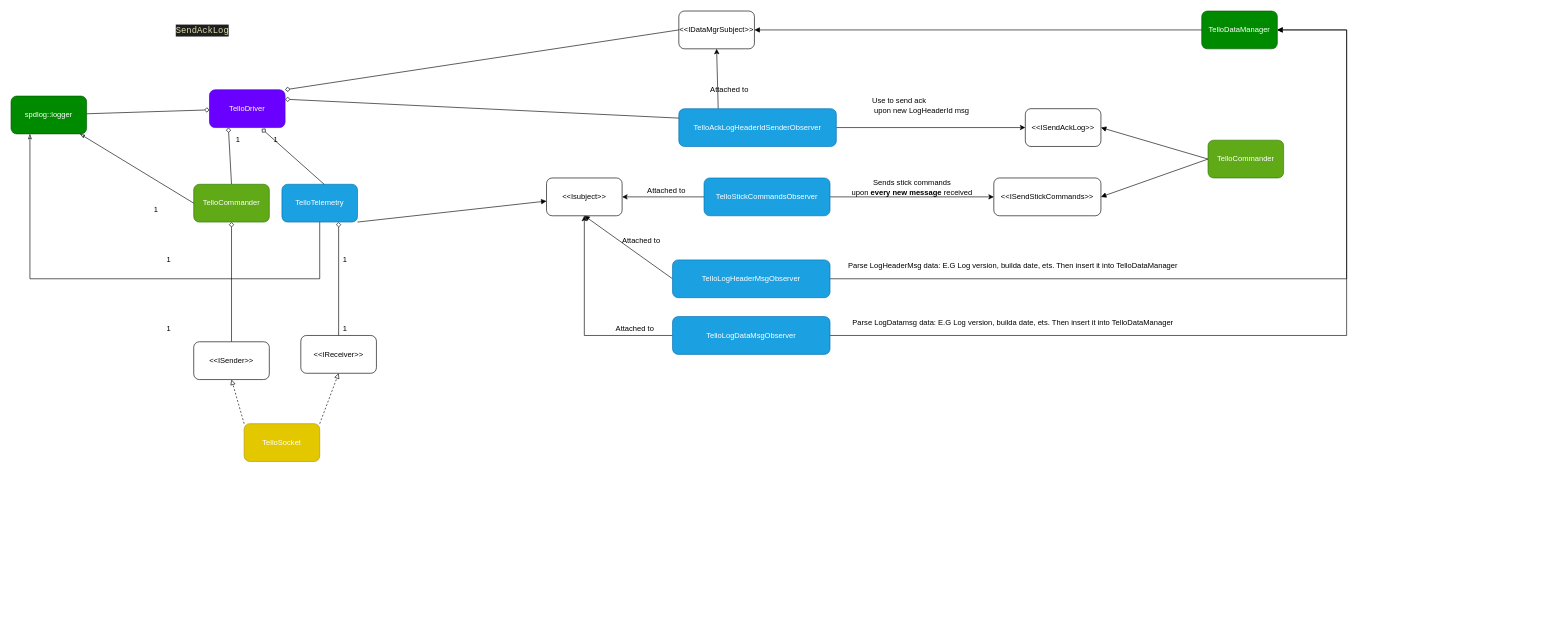
This is page "ClassRelation" (1 of 8) of docs/TelloDriver.drawio from GalBrandwine/tello_driver, a draw.io file, before an edit. Source tidied: cells renumbered, new cells numbered last; positions are measured from the earlier drawing's top-left corner, leaving out a move shared by most shapes. Both pictures are drawn from the tidied source at 63%, with x=0, y=0 at pixel (11, 11).
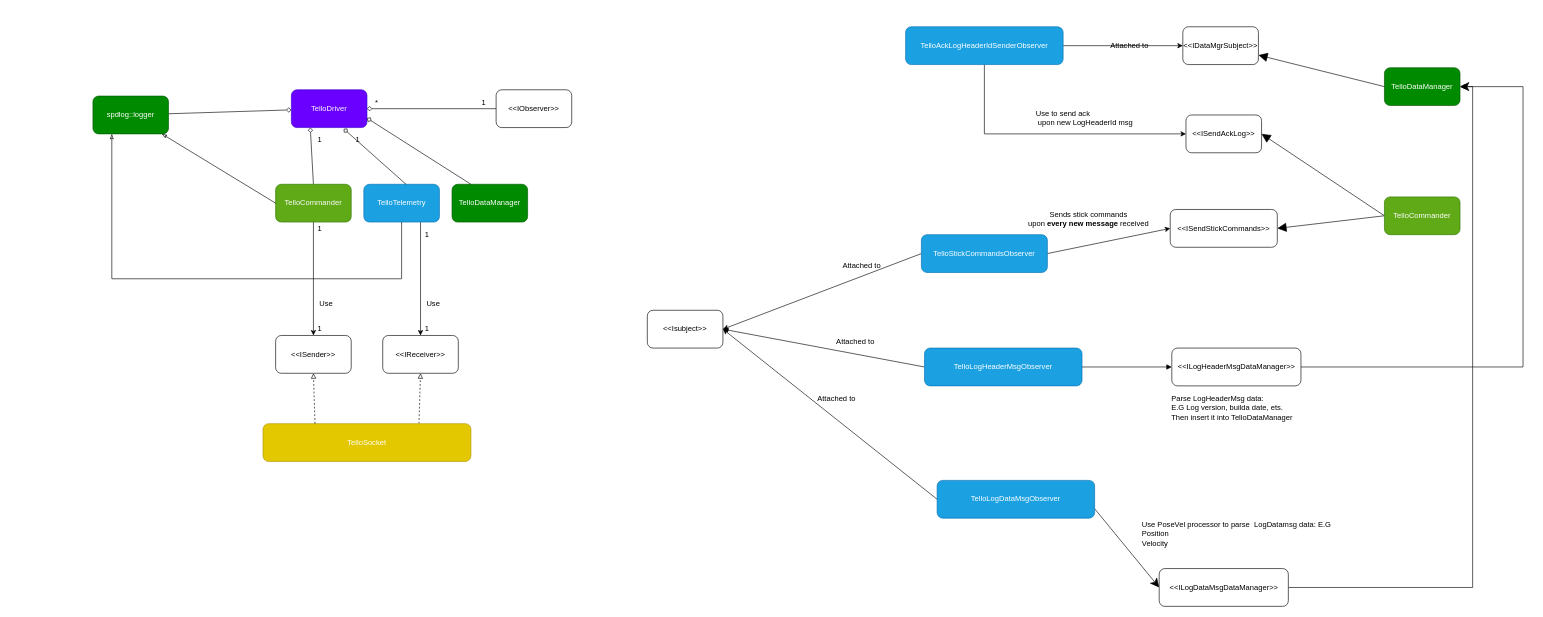
After the change.

The edit, as a diff of the source:
```diff
@@
     <mxCell id="4" value="TelloDriver" style="rounded=1;whiteSpace=wrap;html=1;fillColor=#6a00ff;strokeColor=#3700CC;fontColor=#ffffff;" parent="1" vertex="1">
-      <mxGeometry x="315" y="125" width="120" height="60" as="geometry" />
+      <mxGeometry x="445" y="125" width="120" height="60" as="geometry" />
     </mxCell>
-    <mxCell id="5" style="edgeStyle=none;rounded=0;jettySize=auto;html=1;endArrow=diamond;endFill=0;exitX=0.5;exitY=0;exitDx=0;exitDy=0;" parent="1" edge="1" source="17" target="6">
+    <mxCell id="5" style="edgeStyle=none;rounded=0;jettySize=auto;html=1;endArrow=classic;endFill=1;entryX=0.5;entryY=0;entryDx=0;entryDy=0;" parent="1" edge="1" source="6" target="17">
       <mxGeometry relative="1" as="geometry" />
     </mxCell>
     <mxCell id="6" value="&lt;div style=&quot;line-height: 19px&quot;&gt;TelloCommander&lt;/div&gt;" style="rounded=1;whiteSpace=wrap;html=1;fillColor=#60a917;strokeColor=#2D7600;fontColor=#ffffff;" parent="1" vertex="1">
-      <mxGeometry x="290" y="275" width="120" height="60" as="geometry" />
+      <mxGeometry x="420" y="275" width="120" height="60" as="geometry" />
     </mxCell>
-    <mxCell id="7" style="edgeStyle=none;rounded=0;jettySize=auto;html=1;endArrow=diamond;endFill=0;entryX=0.75;entryY=1;entryDx=0;entryDy=0;" parent="1" edge="1" source="18" target="9">
+    <mxCell id="7" style="edgeStyle=none;rounded=0;jettySize=auto;html=1;endArrow=classic;endFill=1;exitX=0.75;exitY=1;exitDx=0;exitDy=0;" parent="1" edge="1" source="9" target="18">
       <mxGeometry relative="1" as="geometry" />
     </mxCell>
-    <mxCell id="8" style="edgeStyle=none;rounded=0;jettySize=auto;html=1;exitX=1;exitY=1;exitDx=0;exitDy=0;endArrow=block;endFill=1;" parent="1" edge="1" source="9" target="41">
-      <mxGeometry relative="1" as="geometry" />
-    </mxCell>
     <mxCell id="9" value="&lt;div style=&quot;line-height: 19px&quot;&gt;&lt;div style=&quot;line-height: 19px&quot;&gt;TelloTelemetry&lt;/div&gt;&lt;/div&gt;" style="rounded=1;whiteSpace=wrap;html=1;fillColor=#1ba1e2;strokeColor=#006EAF;fontColor=#ffffff;" parent="1" vertex="1">
-      <mxGeometry x="430" y="275" width="120" height="60" as="geometry" />
+      <mxGeometry x="560" y="275" width="120" height="60" as="geometry" />
     </mxCell>
@@
     <mxCell id="11" value="1" style="text;html=1;align=center;verticalAlign=middle;" parent="1" vertex="1">
-      <mxGeometry x="410" y="195" width="20" height="20" as="geometry" />
+      <mxGeometry x="540" y="195" width="20" height="20" as="geometry" />
     </mxCell>
     <mxCell id="12" value="1" style="text;html=1;align=center;verticalAlign=middle;" parent="1" vertex="1">
-      <mxGeometry x="350" y="195" width="20" height="20" as="geometry" />
+      <mxGeometry x="480" y="195" width="20" height="20" as="geometry" />
     </mxCell>
-    <mxCell id="13" value="1" style="text;html=1;align=center;verticalAlign=middle;" parent="1" vertex="1">
-      <mxGeometry x="220" y="305" width="20" height="20" as="geometry" />
-    </mxCell>
@@
     <mxCell id="15" value="&lt;div style=&quot;line-height: 19px&quot;&gt;spdlog::logger&lt;/div&gt;" style="whiteSpace=wrap;html=1;rounded=1;fontColor=#ffffff;strokeColor=#005700;fillColor=#008a00;" parent="1" vertex="1">
-      <mxGeometry y="135" width="120" height="60" as="geometry" />
+      <mxGeometry x="130" y="135" width="120" height="60" as="geometry" />
     </mxCell>
     <mxCell id="16" style="edgeStyle=none;rounded=0;jettySize=auto;html=1;endArrow=classicThin;endFill=0;exitX=0.5;exitY=1;exitDx=0;exitDy=0;entryX=0.25;entryY=1;entryDx=0;entryDy=0;" parent="1" edge="1" source="9" target="15">
       <mxGeometry relative="1" as="geometry">
         <Array as="points">
-          <mxPoint x="490" y="425" />
-          <mxPoint x="30" y="425" />
+          <mxPoint x="620" y="425" />
+          <mxPoint x="160" y="425" />
         </Array>
       </mxGeometry>
     </mxCell>
     <mxCell id="17" value="&amp;lt;&amp;lt;ISender&amp;gt;&amp;gt;" style="rounded=1;whiteSpace=wrap;html=1;" parent="1" vertex="1">
-      <mxGeometry x="290" y="525" width="120" height="60" as="geometry" />
+      <mxGeometry x="420" y="515" width="120" height="60" as="geometry" />
     </mxCell>
     <mxCell id="18" value="&amp;lt;&amp;lt;IReceiver&amp;gt;&amp;gt;" style="rounded=1;whiteSpace=wrap;html=1;" parent="1" vertex="1">
-      <mxGeometry x="460" y="515" width="120" height="60" as="geometry" />
+      <mxGeometry x="590" y="515" width="120" height="60" as="geometry" />
     </mxCell>
-    <mxCell id="19" value="1" style="text;html=1;align=center;verticalAlign=middle;" parent="1" vertex="1">
-      <mxGeometry x="520" y="385" width="20" height="20" as="geometry" />
-    </mxCell>
     <mxCell id="20" value="1" style="text;html=1;align=center;verticalAlign=middle;" parent="1" vertex="1">
-      <mxGeometry x="520" y="495" width="20" height="20" as="geometry" />
+      <mxGeometry x="650" y="495" width="20" height="20" as="geometry" />
     </mxCell>
-    <mxCell id="21" value="1" style="text;html=1;align=center;verticalAlign=middle;" parent="1" vertex="1">
-      <mxGeometry x="240" y="495" width="20" height="20" as="geometry" />
-    </mxCell>
-    <mxCell id="22" value="1" style="text;html=1;align=center;verticalAlign=middle;" parent="1" vertex="1">
-      <mxGeometry x="240" y="385" width="20" height="20" as="geometry" />
-    </mxCell>
-    <mxCell id="23" style="edgeStyle=none;rounded=0;jettySize=auto;html=1;exitX=1;exitY=0;exitDx=0;exitDy=0;entryX=0.5;entryY=1;entryDx=0;entryDy=0;endArrow=block;endFill=0;dashed=1;" parent="1" edge="1" source="24" target="18">
+    <mxCell id="23" style="edgeStyle=none;rounded=0;jettySize=auto;html=1;exitX=0.75;exitY=0;exitDx=0;exitDy=0;entryX=0.5;entryY=1;entryDx=0;entryDy=0;endArrow=block;endFill=0;dashed=1;" parent="1" edge="1" source="24" target="18">
       <mxGeometry relative="1" as="geometry" />
     </mxCell>
     <mxCell id="24" value="TelloSocket" style="rounded=1;whiteSpace=wrap;html=1;fillColor=#e3c800;strokeColor=#B09500;fontColor=#ffffff;" parent="1" vertex="1">
-      <mxGeometry x="370" y="655" width="120" height="60" as="geometry" />
+      <mxGeometry x="400" y="655" width="330" height="60" as="geometry" />
     </mxCell>
-    <mxCell id="25" style="edgeStyle=none;rounded=0;jettySize=auto;html=1;exitX=0;exitY=0;exitDx=0;exitDy=0;entryX=0.5;entryY=1;entryDx=0;entryDy=0;endArrow=block;endFill=0;dashed=1;" parent="1" edge="1" source="24" target="17">
+    <mxCell id="25" style="edgeStyle=none;rounded=0;jettySize=auto;html=1;exitX=0.25;exitY=0;exitDx=0;exitDy=0;entryX=0.5;entryY=1;entryDx=0;entryDy=0;endArrow=block;endFill=0;dashed=1;" parent="1" edge="1" source="24" target="17">
       <mxGeometry relative="1" as="geometry" />
     </mxCell>
-    <mxCell id="26" value="&amp;lt;&amp;lt;IDataMgrSubject&amp;gt;&amp;gt;" style="rounded=1;whiteSpace=wrap;html=1;" parent="1" vertex="1">
-      <mxGeometry x="1060" width="120" height="60" as="geometry" />
-    </mxCell>
-    <mxCell id="27" style="rounded=0;jettySize=auto;html=1;exitX=0;exitY=0.5;exitDx=0;exitDy=0;entryX=1;entryY=0;entryDx=0;entryDy=0;endArrow=diamond;endFill=0;" parent="1" edge="1" source="26" target="4">
-      <mxGeometry relative="1" as="geometry" />
-    </mxCell>
-    <mxCell id="28" style="rounded=0;jettySize=auto;html=1;exitX=0.25;exitY=0;exitDx=0;exitDy=0;entryX=0.5;entryY=1;entryDx=0;entryDy=0;" parent="1" edge="1" source="30" target="26">
+    <mxCell id="28" style="rounded=0;jettySize=auto;html=1;entryX=0;entryY=0.5;entryDx=0;entryDy=0;exitX=1;exitY=0.5;exitDx=0;exitDy=0;" parent="1" edge="1" source="30" target="26">
       <mxGeometry relative="1" as="geometry" />
     </mxCell>
-    <mxCell id="29" style="edgeStyle=none;rounded=0;jettySize=auto;html=1;exitX=1;exitY=0.5;exitDx=0;exitDy=0;entryX=0;entryY=0.5;entryDx=0;entryDy=0;endArrow=classic;endFill=1;" parent="1" edge="1" source="30" target="42">
-      <mxGeometry relative="1" as="geometry" />
+    <mxCell id="29" style="edgeStyle=none;rounded=0;jettySize=auto;html=1;entryX=0;entryY=0.5;entryDx=0;entryDy=0;endArrow=classic;endFill=1;exitX=0.5;exitY=1;exitDx=0;exitDy=0;" parent="1" edge="1" source="30" target="42">
+      <mxGeometry relative="1" as="geometry">
+        <Array as="points">
+          <mxPoint x="1545" y="195" />
+        </Array>
+      </mxGeometry>
     </mxCell>
     <mxCell id="30" value="&lt;div style=&quot;line-height: 19px&quot;&gt;TelloAckLogHeaderIdSenderObserver&lt;/div&gt;" style="rounded=1;whiteSpace=wrap;html=1;fillColor=#1ba1e2;strokeColor=#006EAF;fontColor=#ffffff;" parent="1" vertex="1">
-      <mxGeometry x="1060" y="155" width="250" height="60" as="geometry" />
+      <mxGeometry x="1420" y="25" width="250" height="60" as="geometry" />
     </mxCell>
-    <mxCell id="31" style="rounded=0;jettySize=auto;html=1;exitX=0;exitY=0.25;exitDx=0;exitDy=0;entryX=1;entryY=0.25;entryDx=0;entryDy=0;endArrow=diamond;endFill=0;" parent="1" edge="1" source="30" target="4">
-      <mxGeometry relative="1" as="geometry" />
-    </mxCell>
     <mxCell id="32" value="Attached to" style="text;html=1;align=center;verticalAlign=middle;" parent="1" vertex="1">
-      <mxGeometry x="1100" y="115" width="80" height="20" as="geometry" />
+      <mxGeometry x="1735" y="45" width="80" height="20" as="geometry" />
     </mxCell>
     <mxCell id="33" value="&amp;lt;&amp;lt;ISendStickCommands&amp;gt;&amp;gt;" style="rounded=1;whiteSpace=wrap;html=1;" parent="1" vertex="1">
-      <mxGeometry x="1560" y="265" width="170" height="60" as="geometry" />
+      <mxGeometry x="1840" y="315" width="170" height="60" as="geometry" />
     </mxCell>
     <mxCell id="34" value="Use to send ack&lt;br&gt;&amp;nbsp;upon new LogHeaderId msg" style="text;html=1;align=left;verticalAlign=middle;" parent="1" vertex="1">
-      <mxGeometry x="1365" y="135" width="170" height="30" as="geometry" />
+      <mxGeometry x="1625" y="155" width="170" height="30" as="geometry" />
     </mxCell>
@@
     <mxCell id="37" value="&lt;div style=&quot;line-height: 19px&quot;&gt;TelloStickCommandsObserver&lt;br&gt;&lt;/div&gt;" style="rounded=1;whiteSpace=wrap;html=1;fillColor=#1ba1e2;strokeColor=#006EAF;fontColor=#ffffff;" parent="1" vertex="1">
-      <mxGeometry x="1100" y="265" width="200" height="60" as="geometry" />
+      <mxGeometry x="1445" y="355" width="200" height="60" as="geometry" />
     </mxCell>
     <mxCell id="38" value="Attached to" style="text;html=1;align=center;verticalAlign=middle;" parent="1" vertex="1">
-      <mxGeometry x="1000" y="275" width="80" height="20" as="geometry" />
+      <mxGeometry x="1310" y="395" width="80" height="20" as="geometry" />
     </mxCell>
     <mxCell id="39" value="Sends stick commands&lt;br&gt;upon &lt;b&gt;every new message&lt;/b&gt; received" style="text;html=1;align=center;verticalAlign=middle;" parent="1" vertex="1">
-      <mxGeometry x="1325" y="265" width="210" height="30" as="geometry" />
+      <mxGeometry x="1605" y="315" width="210" height="30" as="geometry" />
     </mxCell>
-    <mxCell id="40" style="edgeStyle=orthogonalEdgeStyle;rounded=0;jettySize=auto;html=1;exitX=0;exitY=0.5;exitDx=0;exitDy=0;entryX=0.5;entryY=1;entryDx=0;entryDy=0;" parent="1" edge="1" source="55" target="41">
+    <mxCell id="40" style="rounded=0;jettySize=auto;html=1;exitX=0;exitY=0.5;exitDx=0;exitDy=0;entryX=1;entryY=0.5;entryDx=0;entryDy=0;" parent="1" edge="1" source="55" target="41">
       <mxGeometry relative="1" as="geometry" />
     </mxCell>
     <mxCell id="41" value="&amp;lt;&amp;lt;Isubject&amp;gt;&amp;gt;" style="rounded=1;whiteSpace=wrap;html=1;" parent="1" vertex="1">
-      <mxGeometry x="850" y="265" width="120" height="60" as="geometry" />
+      <mxGeometry x="1010" y="475" width="120" height="60" as="geometry" />
     </mxCell>
     <mxCell id="42" value="&amp;lt;&amp;lt;ISendAckLog&amp;gt;&amp;gt;" style="rounded=1;whiteSpace=wrap;html=1;" parent="1" vertex="1">
-      <mxGeometry x="1610" y="155" width="120" height="60" as="geometry" />
+      <mxGeometry x="1865" y="165" width="120" height="60" as="geometry" />
     </mxCell>
-    <mxCell id="43" value="&lt;div style=&quot;color: rgb(212, 212, 212); background-color: rgb(30, 30, 30); font-family: &amp;quot;droid sans mono&amp;quot;, monospace, monospace, &amp;quot;droid sans fallback&amp;quot;; font-weight: normal; font-size: 14px; line-height: 19px;&quot;&gt;&lt;div&gt;&lt;span style=&quot;color: #dcdcaa&quot;&gt;SendAckLog&lt;/span&gt;&lt;/div&gt;&lt;/div&gt;" style="text;whiteSpace=wrap;html=1;" parent="1" vertex="1">
-      <mxGeometry x="260" y="15" width="180" height="30" as="geometry" />
-    </mxCell>
-    <mxCell id="44" style="edgeStyle=none;rounded=0;jettySize=auto;html=1;exitX=0;exitY=0.5;exitDx=0;exitDy=0;entryX=1;entryY=0.5;entryDx=0;entryDy=0;endArrow=block;endFill=1;" parent="1" edge="1" source="46" target="42">
+    <mxCell id="44" style="edgeStyle=none;rounded=0;jettySize=auto;html=1;exitX=0;exitY=0.5;exitDx=0;exitDy=0;entryX=1;entryY=0.5;entryDx=0;entryDy=0;endArrow=block;endFill=1;endSize=12;" parent="1" edge="1" source="46" target="42">
       <mxGeometry relative="1" as="geometry" />
     </mxCell>
-    <mxCell id="45" style="edgeStyle=none;rounded=0;jettySize=auto;html=1;exitX=0;exitY=0.5;exitDx=0;exitDy=0;entryX=1;entryY=0.5;entryDx=0;entryDy=0;endArrow=block;endFill=1;" parent="1" edge="1" source="46" target="33">
+    <mxCell id="45" style="edgeStyle=none;rounded=0;jettySize=auto;html=1;exitX=0;exitY=0.5;exitDx=0;exitDy=0;entryX=1;entryY=0.5;entryDx=0;entryDy=0;endArrow=block;endFill=1;endSize=12;" parent="1" edge="1" source="46" target="33">
       <mxGeometry relative="1" as="geometry" />
     </mxCell>
     <mxCell id="46" value="&lt;div style=&quot;line-height: 19px&quot;&gt;TelloCommander&lt;/div&gt;" style="rounded=1;whiteSpace=wrap;html=1;fillColor=#60a917;strokeColor=#2D7600;fontColor=#ffffff;" parent="1" vertex="1">
-      <mxGeometry x="1900" y="205" width="120" height="60" as="geometry" />
+      <mxGeometry x="2180" y="295" width="120" height="60" as="geometry" />
     </mxCell>
-    <mxCell id="47" style="edgeStyle=none;rounded=0;jettySize=auto;html=1;exitX=1;exitY=0.5;exitDx=0;exitDy=0;endArrow=block;endFill=1;" parent="1" edge="1" source="48">
-      <mxGeometry relative="1" as="geometry">
-        <mxPoint x="1180" y="30" as="targetPoint" />
-      </mxGeometry>
-    </mxCell>
     <mxCell id="48" value="TelloDataManager" style="rounded=1;whiteSpace=wrap;html=1;fillColor=#008a00;strokeColor=#005700;fontColor=#ffffff;" parent="1" vertex="1">
-      <mxGeometry x="1890" width="120" height="60" as="geometry" />
+      <mxGeometry x="2180" y="90" width="120" height="60" as="geometry" />
     </mxCell>
-    <mxCell id="49" style="edgeStyle=none;rounded=0;jettySize=auto;html=1;exitX=0;exitY=0.5;exitDx=0;exitDy=0;entryX=0.5;entryY=1;entryDx=0;entryDy=0;endArrow=block;endFill=1;" parent="1" edge="1" source="51" target="41">
+    <mxCell id="49" style="edgeStyle=none;rounded=0;jettySize=auto;html=1;exitX=0;exitY=0.5;exitDx=0;exitDy=0;entryX=1;entryY=0.5;entryDx=0;entryDy=0;endArrow=block;endFill=1;" parent="1" edge="1" source="51" target="41">
       <mxGeometry relative="1" as="geometry" />
     </mxCell>
-    <mxCell id="50" style="edgeStyle=none;rounded=0;jettySize=auto;html=1;exitX=1;exitY=0.5;exitDx=0;exitDy=0;entryX=1;entryY=0.5;entryDx=0;entryDy=0;endArrow=block;endFill=1;" parent="1" edge="1" source="51" target="48">
-      <mxGeometry relative="1" as="geometry">
-        <Array as="points">
-          <mxPoint x="2120" y="425" />
-          <mxPoint x="2120" y="30" />
-        </Array>
-      </mxGeometry>
+    <mxCell id="50" style="edgeStyle=none;rounded=0;jettySize=auto;html=1;exitX=1;exitY=0.5;exitDx=0;exitDy=0;entryX=0;entryY=0.5;entryDx=0;entryDy=0;endArrow=block;endFill=1;" parent="1" edge="1" source="51" target="65">
+      <mxGeometry relative="1" as="geometry" />
     </mxCell>
     <mxCell id="51" value="&lt;div style=&quot;line-height: 19px&quot;&gt;TelloLogHeaderMsgObserver&lt;br&gt;&lt;/div&gt;" style="rounded=1;whiteSpace=wrap;html=1;fillColor=#1ba1e2;strokeColor=#006EAF;fontColor=#ffffff;" parent="1" vertex="1">
-      <mxGeometry x="1050" y="395" width="250" height="60" as="geometry" />
+      <mxGeometry x="1450" y="535" width="250" height="60" as="geometry" />
     </mxCell>
     <mxCell id="52" value="Attached to" style="text;html=1;align=center;verticalAlign=middle;" parent="1" vertex="1">
-      <mxGeometry x="960" y="355" width="80" height="20" as="geometry" />
+      <mxGeometry x="1300" y="515" width="80" height="20" as="geometry" />
     </mxCell>
-    <mxCell id="53" value="Parse LogHeaderMsg data: E.G Log version, builda date, ets. Then insert it into TelloDataManager" style="text;html=1;align=center;verticalAlign=middle;" parent="1" vertex="1">
-      <mxGeometry x="1320" y="395" width="540" height="20" as="geometry" />
+    <mxCell id="53" value="Parse LogHeaderMsg data: &lt;br&gt;E.G Log version, builda date, ets. &lt;br&gt;Then insert it into TelloDataManager" style="text;html=1;align=left;verticalAlign=middle;" parent="1" vertex="1">
+      <mxGeometry x="1840" y="605" width="210" height="50" as="geometry" />
     </mxCell>
-    <mxCell id="54" style="edgeStyle=orthogonalEdgeStyle;rounded=0;jettySize=auto;html=1;exitX=1;exitY=0.5;exitDx=0;exitDy=0;entryX=1;entryY=0.5;entryDx=0;entryDy=0;" parent="1" edge="1" source="55" target="48">
-      <mxGeometry relative="1" as="geometry">
-        <Array as="points">
-          <mxPoint x="2120" y="515" />
-          <mxPoint x="2120" y="30" />
-        </Array>
-      </mxGeometry>
+    <mxCell id="54" style="edgeStyle=orthogonalEdgeStyle;rounded=0;jettySize=auto;html=1;exitX=1;exitY=0.5;exitDx=0;exitDy=0;entryX=1;entryY=0.5;entryDx=0;entryDy=0;" parent="1" edge="1" source="66" target="48">
+      <mxGeometry relative="1" as="geometry" />
     </mxCell>
+    <mxCell id="58" style="edgeStyle=none;rounded=0;jettySize=auto;html=1;exitX=1;exitY=0.75;exitDx=0;exitDy=0;entryX=0;entryY=0.5;entryDx=0;entryDy=0;endSize=12;strokeWidth=1;" parent="1" edge="1" source="55" target="66">
+      <mxGeometry relative="1" as="geometry" />
+    </mxCell>
     <mxCell id="55" value="&lt;div style=&quot;line-height: 19px&quot;&gt;TelloLogDataMsgObserver&lt;br&gt;&lt;/div&gt;" style="rounded=1;whiteSpace=wrap;html=1;fillColor=#1ba1e2;strokeColor=#006EAF;fontColor=#ffffff;" parent="1" vertex="1">
-      <mxGeometry x="1050" y="485" width="250" height="60" as="geometry" />
+      <mxGeometry x="1470" y="745" width="250" height="60" as="geometry" />
     </mxCell>
     <mxCell id="56" value="Attached to" style="text;html=1;align=center;verticalAlign=middle;" parent="1" vertex="1">
-      <mxGeometry x="950" y="495" width="80" height="20" as="geometry" />
+      <mxGeometry x="1270" y="605" width="80" height="20" as="geometry" />
     </mxCell>
-    <mxCell id="57" value="Parse LogDatamsg data: E.G Log version, builda date, ets. Then insert it into TelloDataManager" style="text;html=1;align=center;verticalAlign=middle;" parent="1" vertex="1">
-      <mxGeometry x="1330" y="485" width="520" height="20" as="geometry" />
+    <mxCell id="57" value="&lt;div style=&quot;text-align: left&quot;&gt;&lt;span&gt;Use PoseVel processor to parse&amp;nbsp; LogDatamsg data: E.G&lt;/span&gt;&lt;/div&gt;&lt;div style=&quot;text-align: left&quot;&gt;&lt;span&gt;Position&lt;/span&gt;&lt;/div&gt;&lt;div style=&quot;text-align: left&quot;&gt;&lt;span&gt;Velocity&lt;/span&gt;&lt;/div&gt;" style="text;html=1;align=center;verticalAlign=middle;" parent="1" vertex="1">
+      <mxGeometry x="1785" y="805" width="320" height="50" as="geometry" />
     </mxCell>
+    <mxCell id="26" value="&amp;lt;&amp;lt;IDataMgrSubject&amp;gt;&amp;gt;" style="rounded=1;whiteSpace=wrap;html=1;" parent="1" vertex="1">
+      <mxGeometry x="1860" y="25" width="120" height="60" as="geometry" />
+    </mxCell>
+    <mxCell id="59" style="edgeStyle=none;rounded=0;jettySize=auto;html=1;exitX=0;exitY=0.5;exitDx=0;exitDy=0;endArrow=block;endFill=1;strokeWidth=1;endSize=12;" parent="1" edge="1" source="48" target="26">
+      <mxGeometry relative="1" as="geometry" />
+    </mxCell>
+    <mxCell id="60" value="TelloDataManager" style="rounded=1;whiteSpace=wrap;html=1;fillColor=#008a00;strokeColor=#005700;fontColor=#ffffff;" parent="1" vertex="1">
+      <mxGeometry x="700" y="275" width="120" height="60" as="geometry" />
+    </mxCell>
+    <mxCell id="61" style="rounded=0;jettySize=auto;html=1;exitX=0.25;exitY=0;exitDx=0;exitDy=0;entryX=1;entryY=0.75;entryDx=0;entryDy=0;endArrow=diamond;endFill=0;" parent="1" edge="1" source="60" target="4">
+      <mxGeometry relative="1" as="geometry" />
+    </mxCell>
+    <mxCell id="62" value="*" style="text;html=1;align=center;verticalAlign=middle;" parent="1" vertex="1">
+      <mxGeometry x="570" y="135" width="20" height="20" as="geometry" />
+    </mxCell>
+    <mxCell id="63" value="1" style="text;html=1;align=center;verticalAlign=middle;" parent="1" vertex="1">
+      <mxGeometry x="740" y="135" width="20" height="20" as="geometry" />
+    </mxCell>
+    <mxCell id="64" style="edgeStyle=none;rounded=0;jettySize=auto;html=1;exitX=1;exitY=0.5;exitDx=0;exitDy=0;entryX=1;entryY=0.5;entryDx=0;entryDy=0;endSize=12;strokeWidth=1;" parent="1" edge="1" source="65" target="48">
+      <mxGeometry relative="1" as="geometry">
+        <Array as="points">
+          <mxPoint x="2400" y="565" />
+          <mxPoint x="2400" y="120" />
+        </Array>
+      </mxGeometry>
+    </mxCell>
+    <mxCell id="65" value="&amp;lt;&amp;lt;ILogHeaderMsgDataManager&amp;gt;&amp;gt;" style="rounded=1;whiteSpace=wrap;html=1;" parent="1" vertex="1">
+      <mxGeometry x="1842.5" y="535" width="205" height="60" as="geometry" />
+    </mxCell>
+    <mxCell id="66" value="&amp;lt;&amp;lt;ILogDataMsgDataManager&amp;gt;&amp;gt;" style="rounded=1;whiteSpace=wrap;html=1;" parent="1" vertex="1">
+      <mxGeometry x="1822.5" y="885" width="205" height="60" as="geometry" />
+    </mxCell>
+    <mxCell id="67" value="&amp;lt;&amp;lt;IObserver&amp;gt;&amp;gt;" style="rounded=1;whiteSpace=wrap;html=1;" parent="1" vertex="1">
+      <mxGeometry x="770" y="125" width="120" height="60" as="geometry" />
+    </mxCell>
+    <mxCell id="68" style="rounded=0;jettySize=auto;html=1;entryX=1;entryY=0.5;entryDx=0;entryDy=0;endArrow=diamond;endFill=0;" parent="1" edge="1" source="67" target="4">
+      <mxGeometry relative="1" as="geometry" />
+    </mxCell>
+    <mxCell id="69" value="1" style="text;html=1;align=center;verticalAlign=middle;" parent="1" vertex="1">
+      <mxGeometry x="650" y="345" width="20" height="20" as="geometry" />
+    </mxCell>
+    <mxCell id="70" value="1" style="text;html=1;align=center;verticalAlign=middle;" parent="1" vertex="1">
+      <mxGeometry x="480" y="495" width="20" height="20" as="geometry" />
+    </mxCell>
+    <mxCell id="71" value="1" style="text;html=1;align=center;verticalAlign=middle;" parent="1" vertex="1">
+      <mxGeometry x="480" y="335" width="20" height="20" as="geometry" />
+    </mxCell>
+    <mxCell id="72" value="Use" style="text;html=1;align=center;verticalAlign=middle;" parent="1" vertex="1">
+      <mxGeometry x="650" y="455" width="40" height="20" as="geometry" />
+    </mxCell>
+    <mxCell id="73" value="Use" style="text;html=1;align=center;verticalAlign=middle;" parent="1" vertex="1">
+      <mxGeometry x="480" y="455" width="40" height="20" as="geometry" />
+    </mxCell>
```
